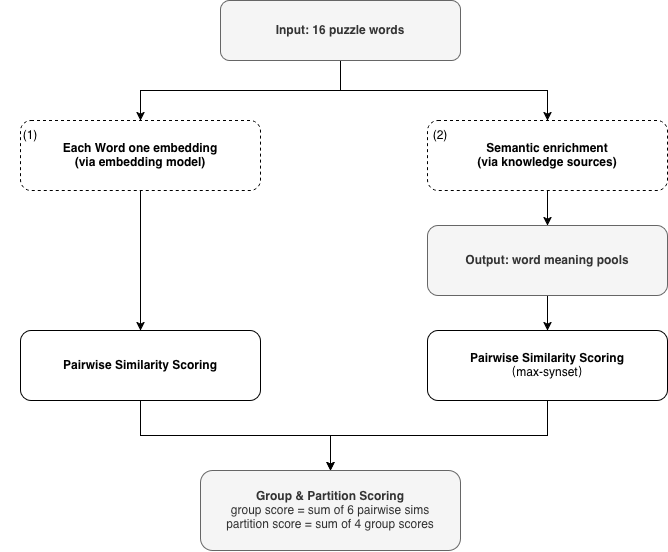
Before: Studienarbeit-Template/img/connections-score-function.png, a diagram exported from draw.io (Zoehong11/studienarbeit-thesis). Source tidied: cells renumbered, new cells last; positions are measured from the earlier drawing's top-left corner, leaving out a move shared by most shapes.
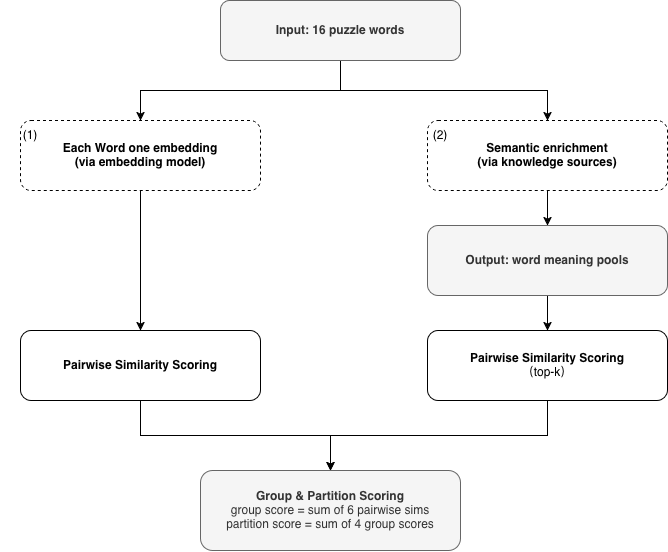
The same file after the commit.

What changed in the source:
```diff
@@ -53,7 +53,7 @@
     <mxCell id="18" style="edgeStyle=orthogonalEdgeStyle;rounded=0;jettySize=auto;html=1;" parent="1" edge="1" source="19" target="11">
       <mxGeometry relative="1" as="geometry" />
     </mxCell>
-    <mxCell id="19" value="&lt;div&gt;Pairwise Similarity Scoring&lt;/div&gt;&lt;div&gt;&lt;span style=&quot;font-weight: normal;&quot;&gt;（max-synset）&lt;/span&gt;&lt;/div&gt;" style="rounded=1;whiteSpace=wrap;html=1;fontSize=12;fontStyle=1;" parent="1" vertex="1">
+    <mxCell id="19" value="&lt;div&gt;Pairwise Similarity Scoring&lt;/div&gt;&lt;div&gt;&lt;span style=&quot;font-weight: normal;&quot;&gt;（top-k）&lt;/span&gt;&lt;/div&gt;" style="rounded=1;whiteSpace=wrap;html=1;fontSize=12;fontStyle=1;" parent="1" vertex="1">
       <mxGeometry x="427" y="330" width="240" height="70" as="geometry" />
     </mxCell>
   </root>
```
